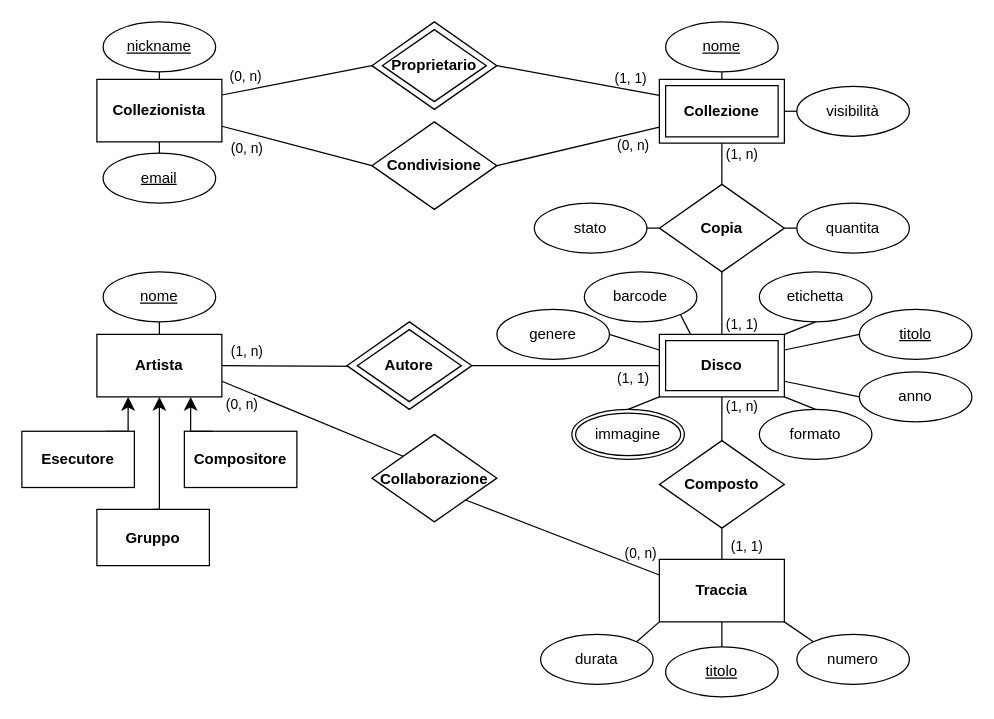
darthmassari/collectors-mysql-project keeps this draw.io diagram as design/Collectors_ER.drawio. Above is the earlier version. Source tidied: cells renumbered, new cells numbered last; positions are measured from the earlier drawing's top-left corner, leaving out a move shared by most shapes. Both pictures are drawn from the tidied source at 125%, with x=0, y=0 at pixel (21, 21).
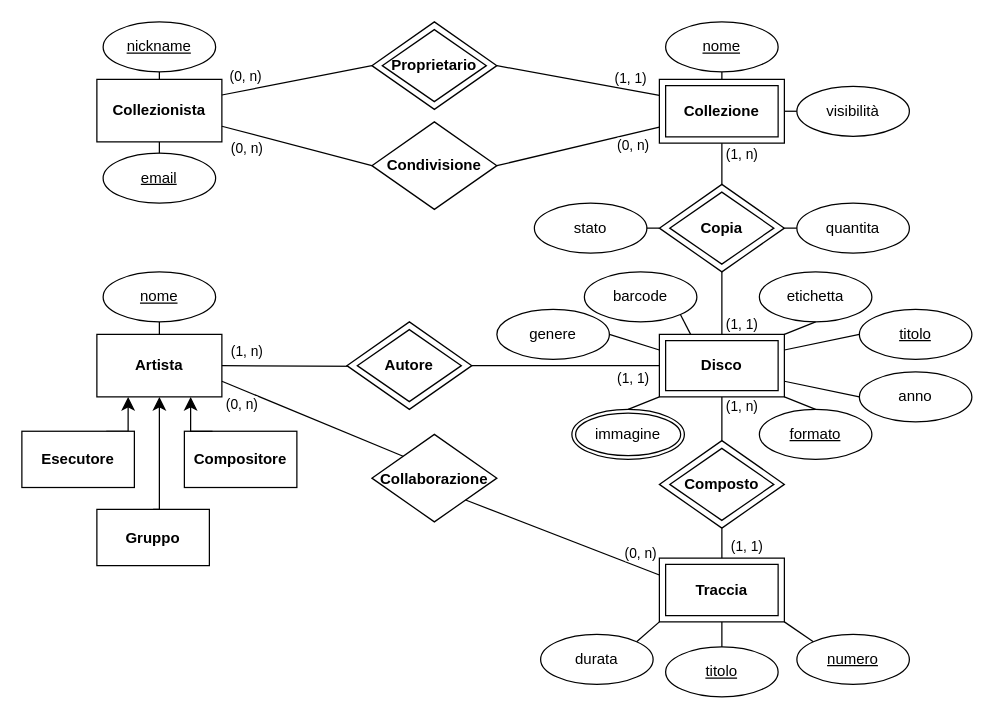
Above is the later version.

Unchanged cells that the change refers to:
```xml
<mxCell id="12" value="&lt;b&gt;&lt;font style=&quot;font-size: 12px;&quot;&gt;Collezione&lt;/font&gt;&lt;/b&gt;" style="shape=ext;margin=3;double=1;whiteSpace=wrap;html=1;align=center;" parent="1" vertex="1">
  <mxGeometry x="510" y="46" width="100" height="51" as="geometry" />
</mxCell>
<mxCell id="28" value="&lt;b&gt;&lt;font style=&quot;font-size: 12px;&quot;&gt;Disco&lt;/font&gt;&lt;/b&gt;" style="shape=ext;margin=3;double=1;whiteSpace=wrap;html=1;align=center;" parent="1" vertex="1">
  <mxGeometry x="510" y="250" width="100" height="50" as="geometry" />
</mxCell>
<mxCell id="36" value="stato" style="ellipse;whiteSpace=wrap;html=1;align=center;" parent="1" vertex="1">
  <mxGeometry x="410" y="145" width="90" height="40" as="geometry" />
</mxCell>
<mxCell id="79" value="&lt;u&gt;titolo&lt;/u&gt;" style="ellipse;whiteSpace=wrap;html=1;align=center;" parent="1" vertex="1">
  <mxGeometry x="515" y="500" width="90" height="40" as="geometry" />
</mxCell>
<mxCell id="80" value="durata" style="ellipse;whiteSpace=wrap;html=1;align=center;" parent="1" vertex="1">
  <mxGeometry x="415" y="490" width="90" height="40" as="geometry" />
</mxCell>
<mxCell id="89" style="shape=rhombus;html=1;dashed=0;whiteSpace=wrap;perimeter=rhombusPerimeter;" parent="88" vertex="1">
  <mxGeometry width="100" height="70" as="geometry" />
</mxCell>
<mxCell id="95" value="quantita" style="ellipse;whiteSpace=wrap;html=1;align=center;" parent="1" vertex="1">
  <mxGeometry x="620" y="145" width="90" height="40" as="geometry" />
</mxCell>
```

The edit, as a diff of the source:
```diff
@@
-    <mxCell id="29" style="group;" parent="1" vertex="1">
-      <mxGeometry x="510" y="130" width="100" height="70" as="geometry" />
-    </mxCell>
-    <mxCell id="30" style="shape=rhombus;html=1;dashed=0;whiteSpace=wrap;perimeter=rhombusPerimeter;" parent="29" vertex="1">
-      <mxGeometry width="100" height="70" as="geometry" />
-    </mxCell>
-    <mxCell id="31" value="&lt;font style=&quot;font-size: 12px;&quot;&gt;Copia&lt;/font&gt;" style="text;html=1;strokeColor=none;fillColor=none;align=center;verticalAlign=middle;whiteSpace=wrap;rounded=0;fontStyle=1;fontSize=12;" parent="29" vertex="1">
-      <mxGeometry x="25" y="22.6" width="50" height="24.7" as="geometry" />
-    </mxCell>
-    <mxCell id="32" style="endArrow=none;html=1;rounded=0;entryX=0.5;entryY=0;entryDx=0;entryDy=0;exitX=0.5;exitY=1;exitDx=0;exitDy=0;" parent="1" edge="1" source="12" target="30">
-      <mxGeometry relative="1" as="geometry" />
+    <mxCell id="32" style="endArrow=none;html=1;rounded=0;entryX=0.5;entryY=0;entryDx=0;entryDy=0;exitX=0.5;exitY=1;exitDx=0;exitDy=0;" parent="1" edge="1" source="12">
+      <mxGeometry relative="1" as="geometry">
+        <mxPoint x="560" y="130" as="targetPoint" />
+      </mxGeometry>
     </mxCell>
@@
-    <mxCell id="34" style="endArrow=none;html=1;rounded=0;entryX=0.5;entryY=0;entryDx=0;entryDy=0;exitX=0.5;exitY=1;exitDx=0;exitDy=0;" parent="1" edge="1" source="30" target="28">
-      <mxGeometry relative="1" as="geometry" />
+    <mxCell id="34" style="endArrow=none;html=1;rounded=0;entryX=0.5;entryY=0;entryDx=0;entryDy=0;exitX=0.5;exitY=1;exitDx=0;exitDy=0;" parent="1" edge="1" target="28">
+      <mxGeometry relative="1" as="geometry">
+        <mxPoint x="560" y="200" as="sourcePoint" />
+      </mxGeometry>
     </mxCell>
@@
-    <mxCell id="37" style="endArrow=none;html=1;rounded=0;entryX=0;entryY=0.5;entryDx=0;entryDy=0;exitX=1;exitY=0.5;exitDx=0;exitDy=0;" parent="1" edge="1" source="36" target="30">
-      <mxGeometry relative="1" as="geometry" />
+    <mxCell id="37" style="endArrow=none;html=1;rounded=0;entryX=0;entryY=0.5;entryDx=0;entryDy=0;exitX=1;exitY=0.5;exitDx=0;exitDy=0;" parent="1" edge="1" source="36">
+      <mxGeometry relative="1" as="geometry">
+        <mxPoint x="510" y="165" as="targetPoint" />
+      </mxGeometry>
     </mxCell>
@@
-    <mxCell id="42" value="formato" style="ellipse;whiteSpace=wrap;html=1;align=center;" parent="1" vertex="1">
+    <mxCell id="42" value="&lt;u&gt;formato&lt;/u&gt;" style="ellipse;whiteSpace=wrap;html=1;align=center;" parent="1" vertex="1">
       <mxGeometry x="590" y="310" width="90" height="40" as="geometry" />
     </mxCell>
@@
-    <mxCell id="69" style="group;" parent="1" vertex="1">
-      <mxGeometry x="510" y="430" width="100" height="50" as="geometry" />
-    </mxCell>
-    <mxCell id="70" style="html=1;dashed=0;whiteSpace=wrap;" parent="69" vertex="1">
-      <mxGeometry width="100" height="50" as="geometry" />
-    </mxCell>
-    <mxCell id="71" value="&lt;b style=&quot;font-size: 12px;&quot;&gt;&lt;font style=&quot;font-size: 12px;&quot;&gt;Traccia&lt;/font&gt;&lt;/b&gt;" style="text;html=1;strokeColor=none;fillColor=none;align=center;verticalAlign=middle;whiteSpace=wrap;rounded=0;fontSize=12;" parent="69" vertex="1">
-      <mxGeometry x="20" y="10" width="60" height="30" as="geometry" />
-    </mxCell>
-    <mxCell id="72" style="group;" parent="1" vertex="1">
-      <mxGeometry x="510" y="335" width="100" height="70" as="geometry" />
-    </mxCell>
-    <mxCell id="73" style="shape=rhombus;html=1;dashed=0;whiteSpace=wrap;perimeter=rhombusPerimeter;" parent="72" vertex="1">
-      <mxGeometry width="100" height="70" as="geometry" />
-    </mxCell>
-    <mxCell id="74" value="&lt;font style=&quot;font-size: 12px;&quot;&gt;Composto&lt;/font&gt;" style="text;html=1;strokeColor=none;fillColor=none;align=center;verticalAlign=middle;whiteSpace=wrap;rounded=0;fontStyle=1;fontSize=12;" parent="72" vertex="1">
-      <mxGeometry x="25" y="22.6" width="50" height="24.7" as="geometry" />
-    </mxCell>
-    <mxCell id="75" style="endArrow=none;html=1;rounded=0;entryX=0.5;entryY=1;entryDx=0;entryDy=0;exitX=0.5;exitY=0;exitDx=0;exitDy=0;" parent="1" edge="1" source="73" target="28">
-      <mxGeometry relative="1" as="geometry" />
+    <mxCell id="75" style="endArrow=none;html=1;rounded=0;entryX=0.5;entryY=1;entryDx=0;entryDy=0;exitX=0.5;exitY=0;exitDx=0;exitDy=0;" parent="1" edge="1" target="28">
+      <mxGeometry relative="1" as="geometry">
+        <mxPoint x="560" y="335" as="sourcePoint" />
+      </mxGeometry>
     </mxCell>
@@
-    <mxCell id="77" value="(1, 1)" style="endArrow=none;html=1;rounded=0;entryX=0.5;entryY=0;entryDx=0;entryDy=0;exitX=0.5;exitY=1;exitDx=0;exitDy=0;" parent="1" edge="1" source="73" target="70">
-      <mxGeometry x="0.2" y="20" relative="1" as="geometry" />
+    <mxCell id="77" value="(1, 1)" style="endArrow=none;html=1;rounded=0;entryX=0.5;entryY=0;entryDx=0;entryDy=0;exitX=0.5;exitY=1;exitDx=0;exitDy=0;" parent="1" edge="1">
+      <mxGeometry x="0.2" y="20" relative="1" as="geometry">
+        <mxPoint x="560" y="405" as="sourcePoint" />
+        <mxPoint x="560" y="430" as="targetPoint" />
+      </mxGeometry>
     </mxCell>
-    <mxCell id="78" value="numero" style="ellipse;whiteSpace=wrap;html=1;align=center;" parent="1" vertex="1">
+    <mxCell id="78" value="&lt;u&gt;numero&lt;/u&gt;" style="ellipse;whiteSpace=wrap;html=1;align=center;" parent="1" vertex="1">
       <mxGeometry x="620" y="490" width="90" height="40" as="geometry" />
     </mxCell>
@@
-    <mxCell id="81" style="endArrow=none;html=1;rounded=0;exitX=0.5;exitY=0;exitDx=0;exitDy=0;entryX=0.5;entryY=1;entryDx=0;entryDy=0;" parent="1" edge="1" source="79" target="70">
-      <mxGeometry relative="1" as="geometry" />
+    <mxCell id="81" style="endArrow=none;html=1;rounded=0;exitX=0.5;exitY=0;exitDx=0;exitDy=0;entryX=0.5;entryY=1;entryDx=0;entryDy=0;" parent="1" edge="1" source="79">
+      <mxGeometry relative="1" as="geometry">
+        <mxPoint x="560" y="480" as="targetPoint" />
+      </mxGeometry>
     </mxCell>
-    <mxCell id="82" style="endArrow=none;html=1;rounded=0;entryX=1;entryY=0;entryDx=0;entryDy=0;exitX=0;exitY=1;exitDx=0;exitDy=0;" parent="1" edge="1" source="70" target="80">
-      <mxGeometry relative="1" as="geometry" />
+    <mxCell id="82" style="endArrow=none;html=1;rounded=0;entryX=1;entryY=0;entryDx=0;entryDy=0;exitX=0;exitY=1;exitDx=0;exitDy=0;" parent="1" edge="1" target="80">
+      <mxGeometry relative="1" as="geometry">
+        <mxPoint x="510" y="480" as="sourcePoint" />
+      </mxGeometry>
     </mxCell>
-    <mxCell id="83" style="endArrow=none;html=1;rounded=0;entryX=0;entryY=0;entryDx=0;entryDy=0;exitX=1;exitY=1;exitDx=0;exitDy=0;" parent="1" edge="1" source="70" target="78">
-      <mxGeometry relative="1" as="geometry" />
+    <mxCell id="83" style="endArrow=none;html=1;rounded=0;entryX=0;entryY=0;entryDx=0;entryDy=0;exitX=1;exitY=1;exitDx=0;exitDy=0;" parent="1" edge="1" target="78">
+      <mxGeometry relative="1" as="geometry">
+        <mxPoint x="610" y="480" as="sourcePoint" />
+      </mxGeometry>
     </mxCell>
@@
-    <mxCell id="91" style="endArrow=none;html=1;rounded=0;entryX=1;entryY=1;entryDx=0;entryDy=0;exitX=0;exitY=0.25;exitDx=0;exitDy=0;" parent="1" edge="1" source="70" target="89">
-      <mxGeometry relative="1" as="geometry" />
+    <mxCell id="91" style="endArrow=none;html=1;rounded=0;entryX=1;entryY=1;entryDx=0;entryDy=0;exitX=0;exitY=0.25;exitDx=0;exitDy=0;" parent="1" edge="1" target="89">
+      <mxGeometry relative="1" as="geometry">
+        <mxPoint x="510" y="442.5" as="sourcePoint" />
+      </mxGeometry>
     </mxCell>
@@
-    <mxCell id="96" style="endArrow=none;html=1;rounded=0;entryX=0;entryY=0.5;entryDx=0;entryDy=0;exitX=1;exitY=0.5;exitDx=0;exitDy=0;" parent="1" edge="1" source="30" target="95">
-      <mxGeometry relative="1" as="geometry" />
+    <mxCell id="96" style="endArrow=none;html=1;rounded=0;entryX=0;entryY=0.5;entryDx=0;entryDy=0;exitX=1;exitY=0.5;exitDx=0;exitDy=0;" parent="1" edge="1" target="95">
+      <mxGeometry relative="1" as="geometry">
+        <mxPoint x="610" y="165" as="sourcePoint" />
+      </mxGeometry>
     </mxCell>
@@
+    <mxCell id="29" style="group;" parent="1" vertex="1">
+      <mxGeometry x="510" y="130" width="100" height="70" as="geometry" />
+    </mxCell>
+    <mxCell id="101" style="shape=rhombus;html=1;dashed=0;whiteSpace=wrap;perimeter=rhombusPerimeter;" parent="29" vertex="1">
+      <mxGeometry width="100" height="70" as="geometry" />
+    </mxCell>
+    <mxCell id="102" style="rhombus;whiteSpace=wrap;html=1;" parent="29" vertex="1">
+      <mxGeometry x="8.3" y="6.2" width="83.3" height="57.6" as="geometry" />
+    </mxCell>
+    <mxCell id="31" value="Copia" style="text;html=1;strokeColor=none;fillColor=none;align=center;verticalAlign=middle;whiteSpace=wrap;rounded=0;fontStyle=1;fontSize=12;" parent="29" vertex="1">
+      <mxGeometry x="25" y="22.6" width="50" height="24.7" as="geometry" />
+    </mxCell>
+    <mxCell id="72" style="group;" parent="1" vertex="1">
+      <mxGeometry x="510" y="335" width="100" height="70" as="geometry" />
+    </mxCell>
+    <mxCell id="103" style="shape=rhombus;html=1;dashed=0;whiteSpace=wrap;perimeter=rhombusPerimeter;" parent="72" vertex="1">
+      <mxGeometry width="100" height="70" as="geometry" />
+    </mxCell>
+    <mxCell id="104" style="rhombus;whiteSpace=wrap;html=1;" parent="72" vertex="1">
+      <mxGeometry x="8.3" y="6.2" width="83.3" height="57.6" as="geometry" />
+    </mxCell>
+    <mxCell id="74" value="Composto" style="text;html=1;strokeColor=none;fillColor=none;align=center;verticalAlign=middle;whiteSpace=wrap;rounded=0;fontStyle=1;fontSize=12;" parent="72" vertex="1">
+      <mxGeometry x="25" y="22.6" width="50" height="24.7" as="geometry" />
+    </mxCell>
+    <mxCell id="71" value="&lt;b&gt;&lt;font style=&quot;font-size: 12px;&quot;&gt;Traccia&lt;/font&gt;&lt;/b&gt;" style="shape=ext;margin=3;double=1;whiteSpace=wrap;html=1;align=center;" parent="1" vertex="1">
+      <mxGeometry x="510" y="429" width="100" height="51" as="geometry" />
+    </mxCell>
```
